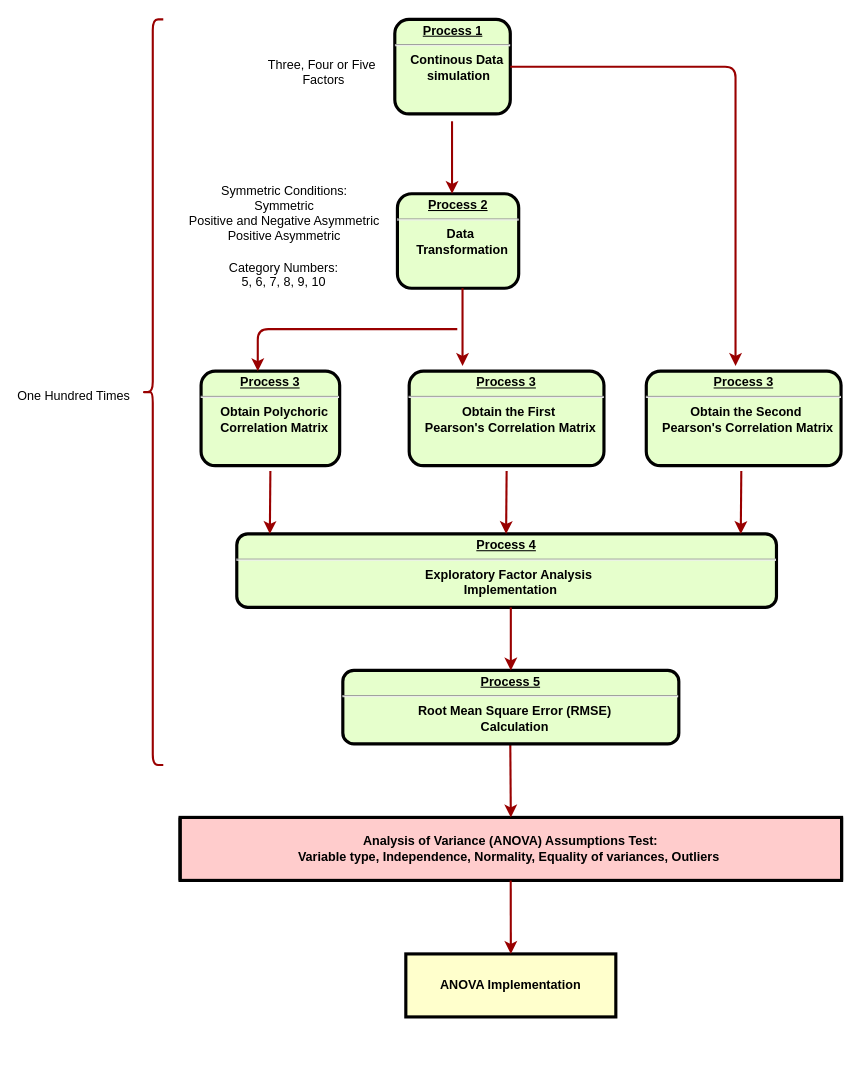
Above: 未命名绘图.drawio in yj313155521/Master-Thesis (draw.io), before the change. Source tidied: cells renumbered, new cells numbered last; positions are measured from the earlier drawing's top-left corner, leaving out a move shared by most shapes. Both pictures are drawn from the tidied source at 105%, with x=0, y=0 at pixel (58, 19).
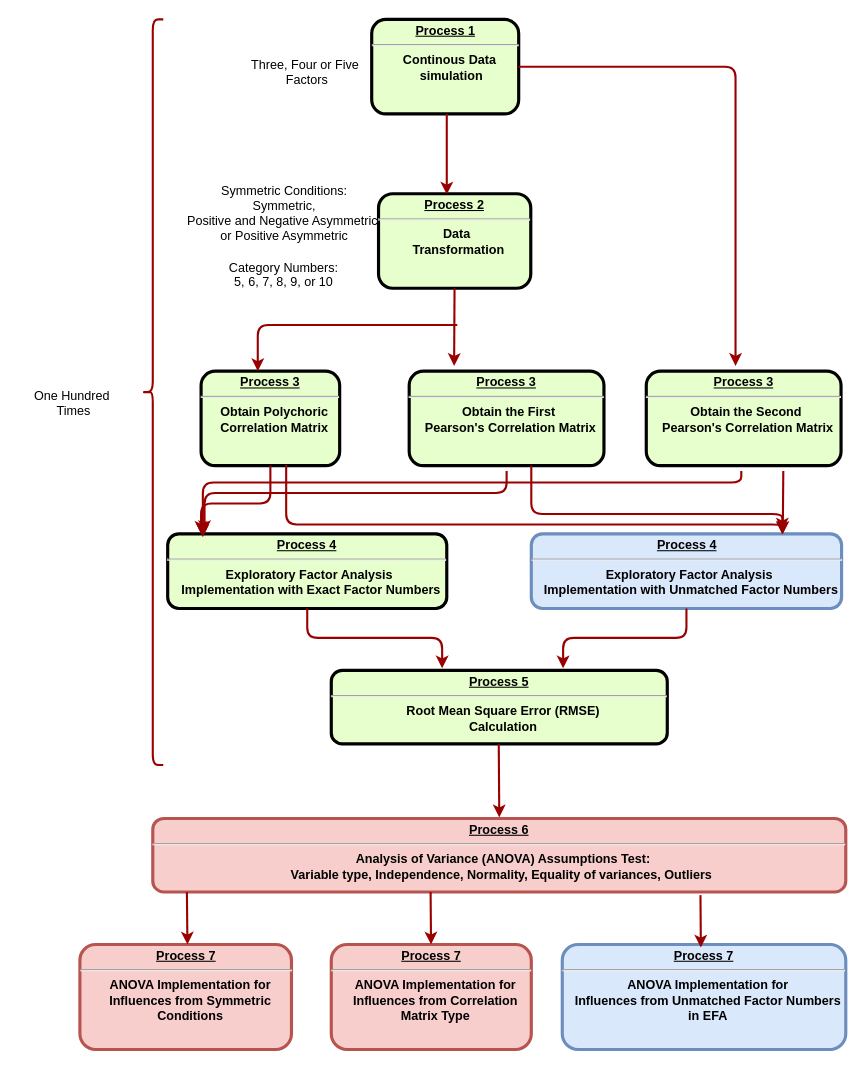
Above is the later version.

Unchanged cells that the change refers to:
```xml
<mxCell id="12" value="&lt;p style=&quot;margin: 0px; margin-top: 4px; text-align: center; text-decoration: underline;&quot;&gt;&lt;strong&gt;Process 3&lt;br&gt;&lt;/strong&gt;&lt;/p&gt;&lt;hr&gt;&lt;p style=&quot;margin: 0px; margin-left: 8px;&quot;&gt;Obtain Polychoric&lt;/p&gt;&lt;p style=&quot;margin: 0px; margin-left: 8px;&quot;&gt;&lt;span style=&quot;background-color: initial;&quot;&gt;Correlation Matrix&lt;/span&gt;&lt;/p&gt;" style="verticalAlign=middle;align=center;overflow=fill;fontSize=12;fontFamily=Helvetica;html=1;rounded=1;fontStyle=1;strokeWidth=3;fillColor=#E6FFCC;" parent="1" vertex="1">
  <mxGeometry x="136" y="335" width="132" height="90" as="geometry" />
</mxCell>
```

Diff of the diagram source:
```diff
@@
     <mxCell id="2" value="&lt;p style=&quot;margin: 0px; margin-top: 4px; text-align: center; text-decoration: underline;&quot;&gt;&lt;strong&gt;Process 1&lt;/strong&gt;&lt;/p&gt;&lt;hr&gt;&lt;p style=&quot;margin: 0px; margin-left: 8px;&quot;&gt;Continous Data&lt;/p&gt;&lt;p style=&quot;margin: 0px; margin-left: 8px;&quot;&gt;&amp;nbsp;simulation&lt;/p&gt;" style="verticalAlign=middle;align=center;overflow=fill;fontSize=12;fontFamily=Helvetica;html=1;rounded=1;fontStyle=1;strokeWidth=3;fillColor=#E6FFCC;" parent="1" vertex="1">
-      <mxGeometry x="320.5" width="110" height="90" as="geometry" />
+      <mxGeometry x="298.5" width="140" height="90" as="geometry" />
     </mxCell>
-    <mxCell id="3" value="Analysis of Variance (ANOVA) Assumptions Test:&#10;Variable type, Independence, Normality, Equality of variances, Outliers " style="shape=process;whiteSpace=wrap;align=center;verticalAlign=middle;size=0;fontStyle=1;strokeWidth=3;fillColor=#FFCCCC;" parent="1" vertex="1">
-      <mxGeometry x="116" y="760" width="630" height="60" as="geometry" />
-    </mxCell>
     <mxCell id="4" value="&lt;p style=&quot;margin: 0px; margin-top: 4px; text-align: center; text-decoration: underline;&quot;&gt;&lt;strong&gt;Process 2&lt;br&gt;&lt;/strong&gt;&lt;/p&gt;&lt;hr&gt;&lt;p style=&quot;margin: 0px; margin-left: 8px;&quot;&gt;Data&amp;nbsp;&lt;/p&gt;&lt;p style=&quot;margin: 0px; margin-left: 8px;&quot;&gt;Transformation&lt;/p&gt;" style="verticalAlign=middle;align=center;overflow=fill;fontSize=12;fontFamily=Helvetica;html=1;rounded=1;fontStyle=1;strokeWidth=3;fillColor=#E6FFCC;" parent="1" vertex="1">
-      <mxGeometry x="323" y="166" width="115.5" height="90" as="geometry" />
+      <mxGeometry x="305" y="166" width="145" height="90" as="geometry" />
     </mxCell>
-    <mxCell id="5" value="ANOVA Implementation" style="whiteSpace=wrap;align=center;verticalAlign=middle;fontStyle=1;strokeWidth=3;fillColor=#FFFFCC;" parent="1" vertex="1">
-      <mxGeometry x="331" y="890" width="200" height="60" as="geometry" />
-    </mxCell>
-    <mxCell id="6" value="Symmetric Conditions:&#10;Symmetric&#10;Positive and Negative Asymmetric&#10;Positive Asymmetric" style="text;spacingTop=-5;align=center;" parent="1" vertex="1">
+    <mxCell id="6" value="Symmetric Conditions:&#10;Symmetric,&#10;Positive and Negative Asymmetric,&#10;or Positive Asymmetric" style="text;spacingTop=-5;align=center;" parent="1" vertex="1">
       <mxGeometry x="155.5" y="155.2" width="120" height="39" as="geometry" />
     </mxCell>
     <mxCell id="7" value="Three, Four or Five &#10;Factors" style="text;spacingTop=-5;align=center;" parent="1" vertex="1">
-      <mxGeometry x="238" y="35" width="30" height="20" as="geometry" />
+      <mxGeometry x="222.1" y="35" width="30" height="20" as="geometry" />
     </mxCell>
-    <mxCell id="8" style="edgeStyle=elbowEdgeStyle;elbow=horizontal;strokeColor=#990000;strokeWidth=2;" parent="1" edge="1">
-      <mxGeometry relative="1" as="geometry">
-        <mxPoint x="430.5" y="690" as="sourcePoint" />
-        <mxPoint x="430.5" y="760" as="targetPoint" />
-      </mxGeometry>
-    </mxCell>
@@
-    <mxCell id="10" style="edgeStyle=elbowEdgeStyle;elbow=horizontal;strokeColor=#990000;strokeWidth=2;" parent="1" edge="1">
+    <mxCell id="10" style="edgeStyle=elbowEdgeStyle;elbow=horizontal;strokeColor=#990000;strokeWidth=2;entryX=0.445;entryY=0.008;entryDx=0;entryDy=0;entryPerimeter=0;" parent="1" edge="1" target="4">
       <mxGeometry relative="1" as="geometry">
-        <mxPoint x="375" y="97" as="sourcePoint" />
-        <mxPoint x="375" y="166" as="targetPoint" />
+        <mxPoint x="370" y="90" as="sourcePoint" />
         <Array as="points">
-          <mxPoint x="375" y="126" />
+          <mxPoint x="370" y="119" />
         </Array>
       </mxGeometry>
     </mxCell>
-    <mxCell id="11" value="Category Numbers:&#10;5, 6, 7, 8, 9, 10" style="text;spacingTop=-5;align=center;" parent="1" vertex="1">
+    <mxCell id="11" value="Category Numbers:&#10;5, 6, 7, 8, 9, or 10" style="text;spacingTop=-5;align=center;" parent="1" vertex="1">
       <mxGeometry x="155" y="227.8" width="120" height="39" as="geometry" />
     </mxCell>
@@
     <mxCell id="13" style="edgeStyle=elbowEdgeStyle;strokeColor=#990000;strokeWidth=2;" parent="1" edge="1">
       <mxGeometry relative="1" as="geometry">
-        <mxPoint x="380" y="295" as="sourcePoint" />
+        <mxPoint x="380" y="291" as="sourcePoint" />
         <mxPoint x="190" y="335" as="targetPoint" />
         <Array as="points">
           <mxPoint x="190" y="290" />
         </Array>
       </mxGeometry>
     </mxCell>
@@
     <mxCell id="17" style="edgeStyle=elbowEdgeStyle;elbow=horizontal;strokeColor=#990000;strokeWidth=2;" parent="1" edge="1">
       <mxGeometry relative="1" as="geometry">
-        <mxPoint x="385" y="256" as="sourcePoint" />
-        <mxPoint x="385" y="330" as="targetPoint" />
+        <mxPoint x="377.4" y="256" as="sourcePoint" />
+        <mxPoint x="377.4" y="330" as="targetPoint" />
       </mxGeometry>
     </mxCell>
-    <mxCell id="18" value="&lt;p style=&quot;margin: 0px; margin-top: 4px; text-align: center; text-decoration: underline;&quot;&gt;&lt;strong&gt;Process 4&lt;br&gt;&lt;/strong&gt;&lt;/p&gt;&lt;hr&gt;&lt;p style=&quot;margin: 0px; margin-left: 8px;&quot;&gt;Exploratory Factor Analysis&amp;nbsp;&lt;/p&gt;&lt;p style=&quot;margin: 0px; margin-left: 8px;&quot;&gt;Implementation&lt;/p&gt;" style="verticalAlign=middle;align=center;overflow=fill;fontSize=12;fontFamily=Helvetica;html=1;rounded=1;fontStyle=1;strokeWidth=3;fillColor=#E6FFCC;" parent="1" vertex="1">
-      <mxGeometry x="170" y="490" width="514" height="70" as="geometry" />
+    <mxCell id="18" value="&lt;p style=&quot;margin: 0px; margin-top: 4px; text-align: center; text-decoration: underline;&quot;&gt;&lt;strong&gt;Process 4&lt;br&gt;&lt;/strong&gt;&lt;/p&gt;&lt;hr&gt;&lt;p style=&quot;margin: 0px; margin-left: 8px;&quot;&gt;Exploratory Factor Analysis&amp;nbsp;&lt;/p&gt;&lt;p style=&quot;margin: 0px; margin-left: 8px;&quot;&gt;Implementation with Exact Factor Numbers&lt;/p&gt;" style="verticalAlign=middle;align=center;overflow=fill;fontSize=12;fontFamily=Helvetica;html=1;rounded=1;fontStyle=1;strokeWidth=3;fillColor=#E6FFCC;" parent="1" vertex="1">
+      <mxGeometry x="104.2" y="490" width="265.8" height="71" as="geometry" />
     </mxCell>
-    <mxCell id="19" value="One Hundred Times" style="text;spacingTop=-5;align=center;" parent="1" vertex="1">
+    <mxCell id="19" value="One Hundred &#10;Times" style="text;spacingTop=-5;align=center;" parent="1" vertex="1">
       <mxGeometry y="350" width="30" height="20" as="geometry" />
     </mxCell>
-    <mxCell id="20" style="edgeStyle=elbowEdgeStyle;elbow=horizontal;strokeColor=#990000;strokeWidth=2;" parent="1" edge="1">
+    <mxCell id="20" style="edgeStyle=elbowEdgeStyle;elbow=vertical;strokeColor=#990000;strokeWidth=2;entryX=0.132;entryY=-0.011;entryDx=0;entryDy=0;entryPerimeter=0;" parent="1" edge="1" target="18">
       <mxGeometry relative="1" as="geometry">
         <mxPoint x="427" y="430" as="sourcePoint" />
-        <mxPoint x="426.5" y="490" as="targetPoint" />
         <Array as="points">
-          <mxPoint x="426.5" y="450" />
+          <mxPoint x="290" y="451" />
+          <mxPoint x="220" y="481" />
         </Array>
       </mxGeometry>
     </mxCell>
-    <mxCell id="21" style="edgeStyle=elbowEdgeStyle;elbow=horizontal;strokeColor=#990000;strokeWidth=2;" parent="1" edge="1">
+    <mxCell id="21" style="edgeStyle=elbowEdgeStyle;elbow=vertical;strokeColor=#990000;strokeWidth=2;entryX=0.126;entryY=0.043;entryDx=0;entryDy=0;entryPerimeter=0;" parent="1" edge="1" target="18">
       <mxGeometry relative="1" as="geometry">
         <mxPoint x="650.5" y="430" as="sourcePoint" />
-        <mxPoint x="650" y="490" as="targetPoint" />
         <Array as="points">
-          <mxPoint x="650" y="450" />
+          <mxPoint x="390" y="441" />
         </Array>
       </mxGeometry>
     </mxCell>
-    <mxCell id="22" style="edgeStyle=orthogonalEdgeStyle;rounded=0;orthogonalLoop=1;jettySize=auto;html=1;exitX=0.5;exitY=1;exitDx=0;exitDy=0;" parent="1" edge="1" source="18" target="18">
-      <mxGeometry relative="1" as="geometry" />
-    </mxCell>
     <mxCell id="23" value="&lt;p style=&quot;margin: 0px; margin-top: 4px; text-align: center; text-decoration: underline;&quot;&gt;&lt;strong&gt;Process 5&lt;br&gt;&lt;/strong&gt;&lt;/p&gt;&lt;hr&gt;&lt;p style=&quot;margin: 0px; margin-left: 8px;&quot;&gt;Root Mean Square Error (RMSE)&lt;/p&gt;&lt;p style=&quot;margin: 0px; margin-left: 8px;&quot;&gt;Calculation&lt;/p&gt;" style="verticalAlign=middle;align=center;overflow=fill;fontSize=12;fontFamily=Helvetica;html=1;rounded=1;fontStyle=1;strokeWidth=3;fillColor=#E6FFCC;" parent="1" vertex="1">
-      <mxGeometry x="271" y="620" width="320" height="70" as="geometry" />
+      <mxGeometry x="260" y="620" width="320" height="70" as="geometry" />
     </mxCell>
-    <mxCell id="24" style="edgeStyle=elbowEdgeStyle;elbow=horizontal;strokeColor=#990000;strokeWidth=2;" parent="1" edge="1">
+    <mxCell id="24" style="edgeStyle=elbowEdgeStyle;elbow=vertical;strokeColor=#990000;strokeWidth=2;entryX=0.134;entryY=-0.061;entryDx=0;entryDy=0;entryPerimeter=0;exitX=0.5;exitY=1;exitDx=0;exitDy=0;" parent="1" edge="1" source="12">
       <mxGeometry relative="1" as="geometry">
-        <mxPoint x="202" y="430" as="sourcePoint" />
-        <mxPoint x="201.5" y="490" as="targetPoint" />
+        <mxPoint x="136" y="490" as="targetPoint" />
         <Array as="points">
-          <mxPoint x="201.5" y="450" />
+          <mxPoint x="170" y="461" />
         </Array>
       </mxGeometry>
     </mxCell>
-    <mxCell id="25" style="edgeStyle=elbowEdgeStyle;elbow=horizontal;strokeColor=#990000;strokeWidth=2;" parent="1" edge="1">
-      <mxGeometry relative="1" as="geometry">
-        <mxPoint x="431" y="560" as="sourcePoint" />
-        <mxPoint x="430.5" y="620" as="targetPoint" />
-      </mxGeometry>
+    <mxCell id="25" style="edgeStyle=elbowEdgeStyle;elbow=vertical;strokeColor=#990000;strokeWidth=2;exitX=0.5;exitY=1;exitDx=0;exitDy=0;entryX=0.33;entryY=-0.029;entryDx=0;entryDy=0;entryPerimeter=0;" parent="1" edge="1" source="18" target="23">
+      <mxGeometry relative="1" as="geometry" />
     </mxCell>
     <mxCell id="26" style="edgeStyle=elbowEdgeStyle;elbow=horizontal;strokeColor=#990000;strokeWidth=2;fontStyle=1;" parent="1" edge="1">
       <mxGeometry relative="1" as="geometry">
-        <mxPoint x="430.9" y="820" as="sourcePoint" />
-        <mxPoint x="430.9" y="890" as="targetPoint" />
+        <mxPoint x="419.5" y="690" as="sourcePoint" />
+        <mxPoint x="419.5" y="760" as="targetPoint" />
       </mxGeometry>
     </mxCell>
+    <mxCell id="27" value="&lt;p style=&quot;margin: 0px; margin-top: 4px; text-align: center; text-decoration: underline;&quot;&gt;&lt;strong&gt;Process 4&lt;br&gt;&lt;/strong&gt;&lt;/p&gt;&lt;hr&gt;&lt;p style=&quot;margin: 0px; margin-left: 8px;&quot;&gt;Exploratory Factor Analysis&amp;nbsp;&lt;/p&gt;&lt;p style=&quot;margin: 0px; margin-left: 8px;&quot;&gt;Implementation with Unmatched Factor Numbers&lt;/p&gt;" style="verticalAlign=middle;align=center;overflow=fill;fontSize=12;fontFamily=Helvetica;html=1;rounded=1;fontStyle=1;strokeWidth=3;fillColor=#dae8fc;strokeColor=#6c8ebf;" parent="1" vertex="1">
+      <mxGeometry x="450.5" y="490" width="295.5" height="71" as="geometry" />
+    </mxCell>
+    <mxCell id="28" style="edgeStyle=elbowEdgeStyle;strokeColor=#990000;strokeWidth=2;elbow=vertical;entryX=0.809;entryY=-0.046;entryDx=0;entryDy=0;entryPerimeter=0;" parent="1" edge="1" target="27">
+      <mxGeometry relative="1" as="geometry">
+        <mxPoint x="450.5" y="425" as="sourcePoint" />
+        <Array as="points">
+          <mxPoint x="584.6" y="471" />
+        </Array>
+      </mxGeometry>
+    </mxCell>
+    <mxCell id="29" style="edgeStyle=elbowEdgeStyle;strokeColor=#990000;strokeWidth=2;elbow=vertical;entryX=0.809;entryY=0.007;entryDx=0;entryDy=0;entryPerimeter=0;exitX=0.614;exitY=0.992;exitDx=0;exitDy=0;exitPerimeter=0;" parent="1" edge="1" source="12" target="27">
+      <mxGeometry relative="1" as="geometry">
+        <Array as="points">
+          <mxPoint x="594.6" y="481" />
+        </Array>
+      </mxGeometry>
+    </mxCell>
+    <mxCell id="30" style="edgeStyle=elbowEdgeStyle;elbow=horizontal;strokeColor=#990000;strokeWidth=2;" parent="1" edge="1">
+      <mxGeometry relative="1" as="geometry">
+        <mxPoint x="690.5" y="430" as="sourcePoint" />
+        <mxPoint x="690" y="490" as="targetPoint" />
+      </mxGeometry>
+    </mxCell>
+    <mxCell id="31" style="edgeStyle=elbowEdgeStyle;elbow=vertical;strokeColor=#990000;strokeWidth=2;exitX=0.5;exitY=1;exitDx=0;exitDy=0;entryX=0.69;entryY=-0.029;entryDx=0;entryDy=0;entryPerimeter=0;" parent="1" edge="1" source="27" target="23">
+      <mxGeometry relative="1" as="geometry" />
+    </mxCell>
+    <mxCell id="32" value="&lt;p style=&quot;margin: 0px; margin-top: 4px; text-align: center; text-decoration: underline;&quot;&gt;&lt;strong&gt;Process 6&lt;br&gt;&lt;/strong&gt;&lt;/p&gt;&lt;hr&gt;&lt;p style=&quot;margin: 0px; margin-left: 8px;&quot;&gt;&lt;span style=&quot;text-wrap-mode: wrap;&quot;&gt;Analysis of Variance (ANOVA) Assumptions Test:&lt;/span&gt;&lt;br style=&quot;text-wrap-mode: wrap; padding: 0px; margin: 0px;&quot;&gt;&lt;span style=&quot;text-wrap-mode: wrap;&quot;&gt;Variable type,&amp;nbsp;Independence, Normality,&amp;nbsp;Equality of variances,&amp;nbsp;Outliers&amp;nbsp;&lt;/span&gt;&lt;/p&gt;" style="verticalAlign=middle;align=center;overflow=fill;fontSize=12;fontFamily=Helvetica;html=1;rounded=1;fontStyle=1;strokeWidth=3;fillColor=#f8cecc;strokeColor=#b85450;" parent="1" vertex="1">
+      <mxGeometry x="90" y="761" width="660" height="70" as="geometry" />
+    </mxCell>
+    <mxCell id="33" value="&lt;p style=&quot;margin: 0px; margin-top: 4px; text-align: center; text-decoration: underline;&quot;&gt;&lt;strong&gt;Process 7&lt;br&gt;&lt;/strong&gt;&lt;/p&gt;&lt;hr&gt;&lt;p style=&quot;margin: 0px; margin-left: 8px;&quot;&gt;&lt;span style=&quot;text-wrap-mode: wrap;&quot;&gt;ANOVA Implementation for&lt;/span&gt;&lt;br style=&quot;padding: 0px; margin: 0px; text-wrap-mode: wrap;&quot;&gt;&lt;span style=&quot;text-wrap-mode: wrap;&quot;&gt;Influences from Symmetric Conditions&lt;/span&gt;&lt;/p&gt;" style="verticalAlign=middle;align=center;overflow=fill;fontSize=12;fontFamily=Helvetica;html=1;rounded=1;fontStyle=1;strokeWidth=3;fillColor=#f8cecc;strokeColor=#b85450;fontColor=default;" parent="1" vertex="1">
+      <mxGeometry x="20.6" y="881" width="201.5" height="100" as="geometry" />
+    </mxCell>
+    <mxCell id="34" value="&lt;p style=&quot;margin: 0px; margin-top: 4px; text-align: center; text-decoration: underline;&quot;&gt;&lt;strong&gt;Process 7&lt;br&gt;&lt;/strong&gt;&lt;/p&gt;&lt;hr&gt;&lt;p style=&quot;margin: 0px; margin-left: 8px;&quot;&gt;&lt;span style=&quot;text-wrap-mode: wrap;&quot;&gt;ANOVA Implementation for&lt;/span&gt;&lt;br style=&quot;padding: 0px; margin: 0px; text-wrap-mode: wrap;&quot;&gt;&lt;span style=&quot;text-wrap-mode: wrap;&quot;&gt;Influences from Correlation Matrix Type&lt;/span&gt;&lt;/p&gt;" style="verticalAlign=middle;align=center;overflow=fill;fontSize=12;fontFamily=Helvetica;html=1;rounded=1;fontStyle=1;strokeWidth=3;fillColor=#f8cecc;strokeColor=#b85450;fontColor=default;" parent="1" vertex="1">
+      <mxGeometry x="260" y="881" width="190.5" height="100" as="geometry" />
+    </mxCell>
+    <mxCell id="35" value="&lt;p style=&quot;margin: 0px; margin-top: 4px; text-align: center; text-decoration: underline;&quot;&gt;&lt;strong&gt;Process 7&lt;br&gt;&lt;/strong&gt;&lt;/p&gt;&lt;hr&gt;&lt;p style=&quot;margin: 0px; margin-left: 8px;&quot;&gt;&lt;span style=&quot;text-wrap-mode: wrap;&quot;&gt;ANOVA Implementation for&lt;/span&gt;&lt;br style=&quot;padding: 0px; margin: 0px; text-wrap-mode: wrap;&quot;&gt;&lt;span style=&quot;text-wrap-mode: wrap;&quot;&gt;Influences from Unmatched Factor Numbers in EFA&lt;/span&gt;&lt;/p&gt;" style="verticalAlign=middle;align=center;overflow=fill;fontSize=12;fontFamily=Helvetica;html=1;rounded=1;fontStyle=1;strokeWidth=3;fillColor=#dae8fc;strokeColor=#6c8ebf;fontColor=default;" parent="1" vertex="1">
+      <mxGeometry x="480" y="881" width="270" height="100" as="geometry" />
+    </mxCell>
+    <mxCell id="36" style="edgeStyle=elbowEdgeStyle;elbow=horizontal;strokeColor=#990000;strokeWidth=2;fontStyle=1;" parent="1" edge="1">
+      <mxGeometry relative="1" as="geometry">
+        <mxPoint x="122.5" y="831" as="sourcePoint" />
+        <mxPoint x="122.5" y="881" as="targetPoint" />
+      </mxGeometry>
+    </mxCell>
+    <mxCell id="37" style="edgeStyle=elbowEdgeStyle;elbow=horizontal;strokeColor=#990000;strokeWidth=2;fontStyle=1;" parent="1" edge="1">
+      <mxGeometry relative="1" as="geometry">
+        <mxPoint x="354.6" y="831" as="sourcePoint" />
+        <mxPoint x="354.6" y="881" as="targetPoint" />
+      </mxGeometry>
+    </mxCell>
+    <mxCell id="38" style="edgeStyle=elbowEdgeStyle;elbow=horizontal;strokeColor=#990000;strokeWidth=2;fontStyle=1;" parent="1" edge="1">
+      <mxGeometry relative="1" as="geometry">
+        <mxPoint x="611.6" y="834" as="sourcePoint" />
+        <mxPoint x="611.6" y="884" as="targetPoint" />
+      </mxGeometry>
+    </mxCell>
```
